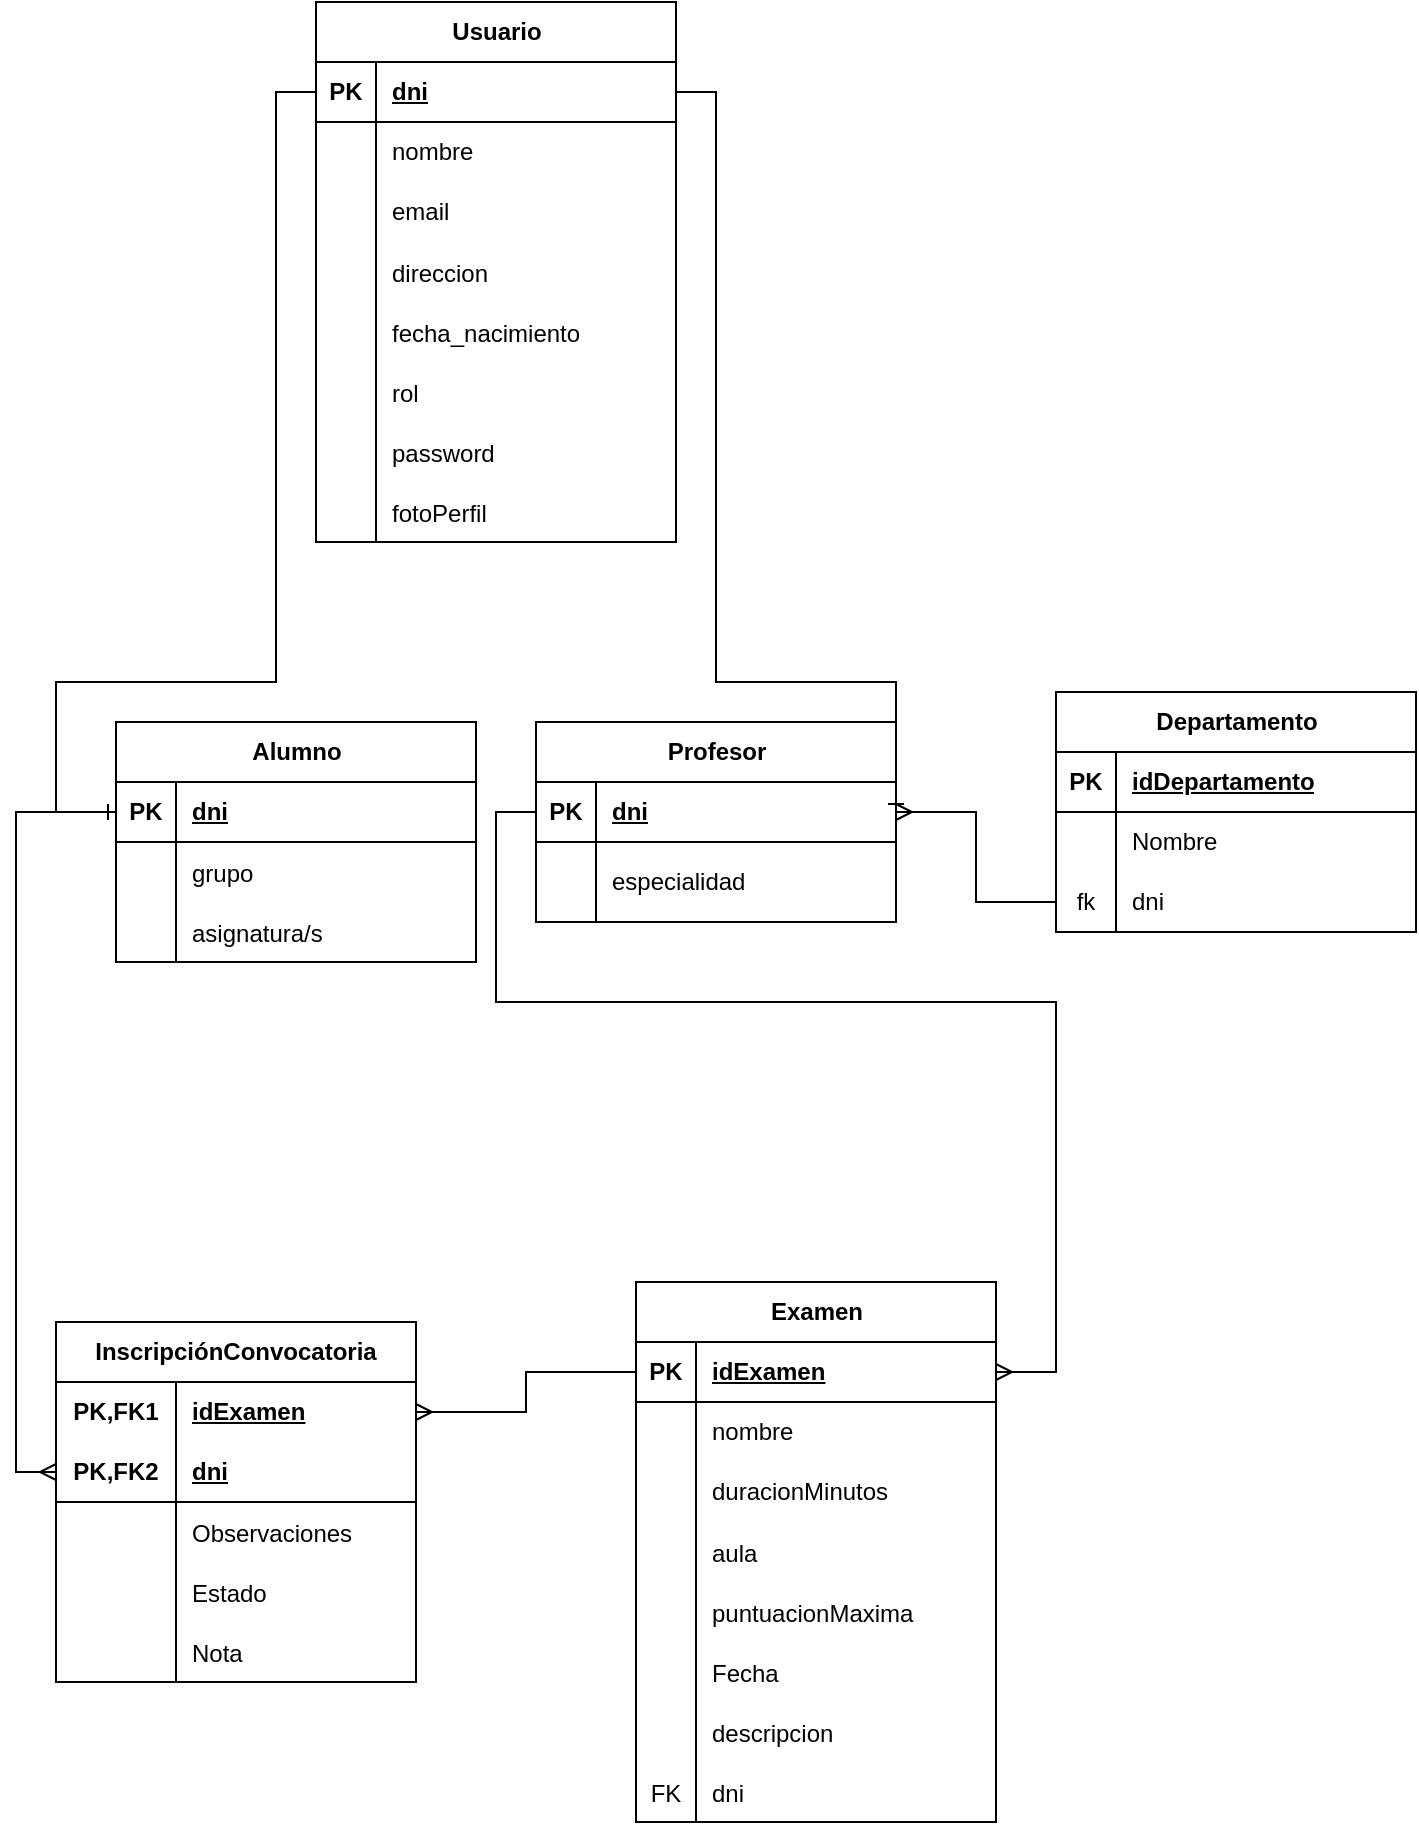
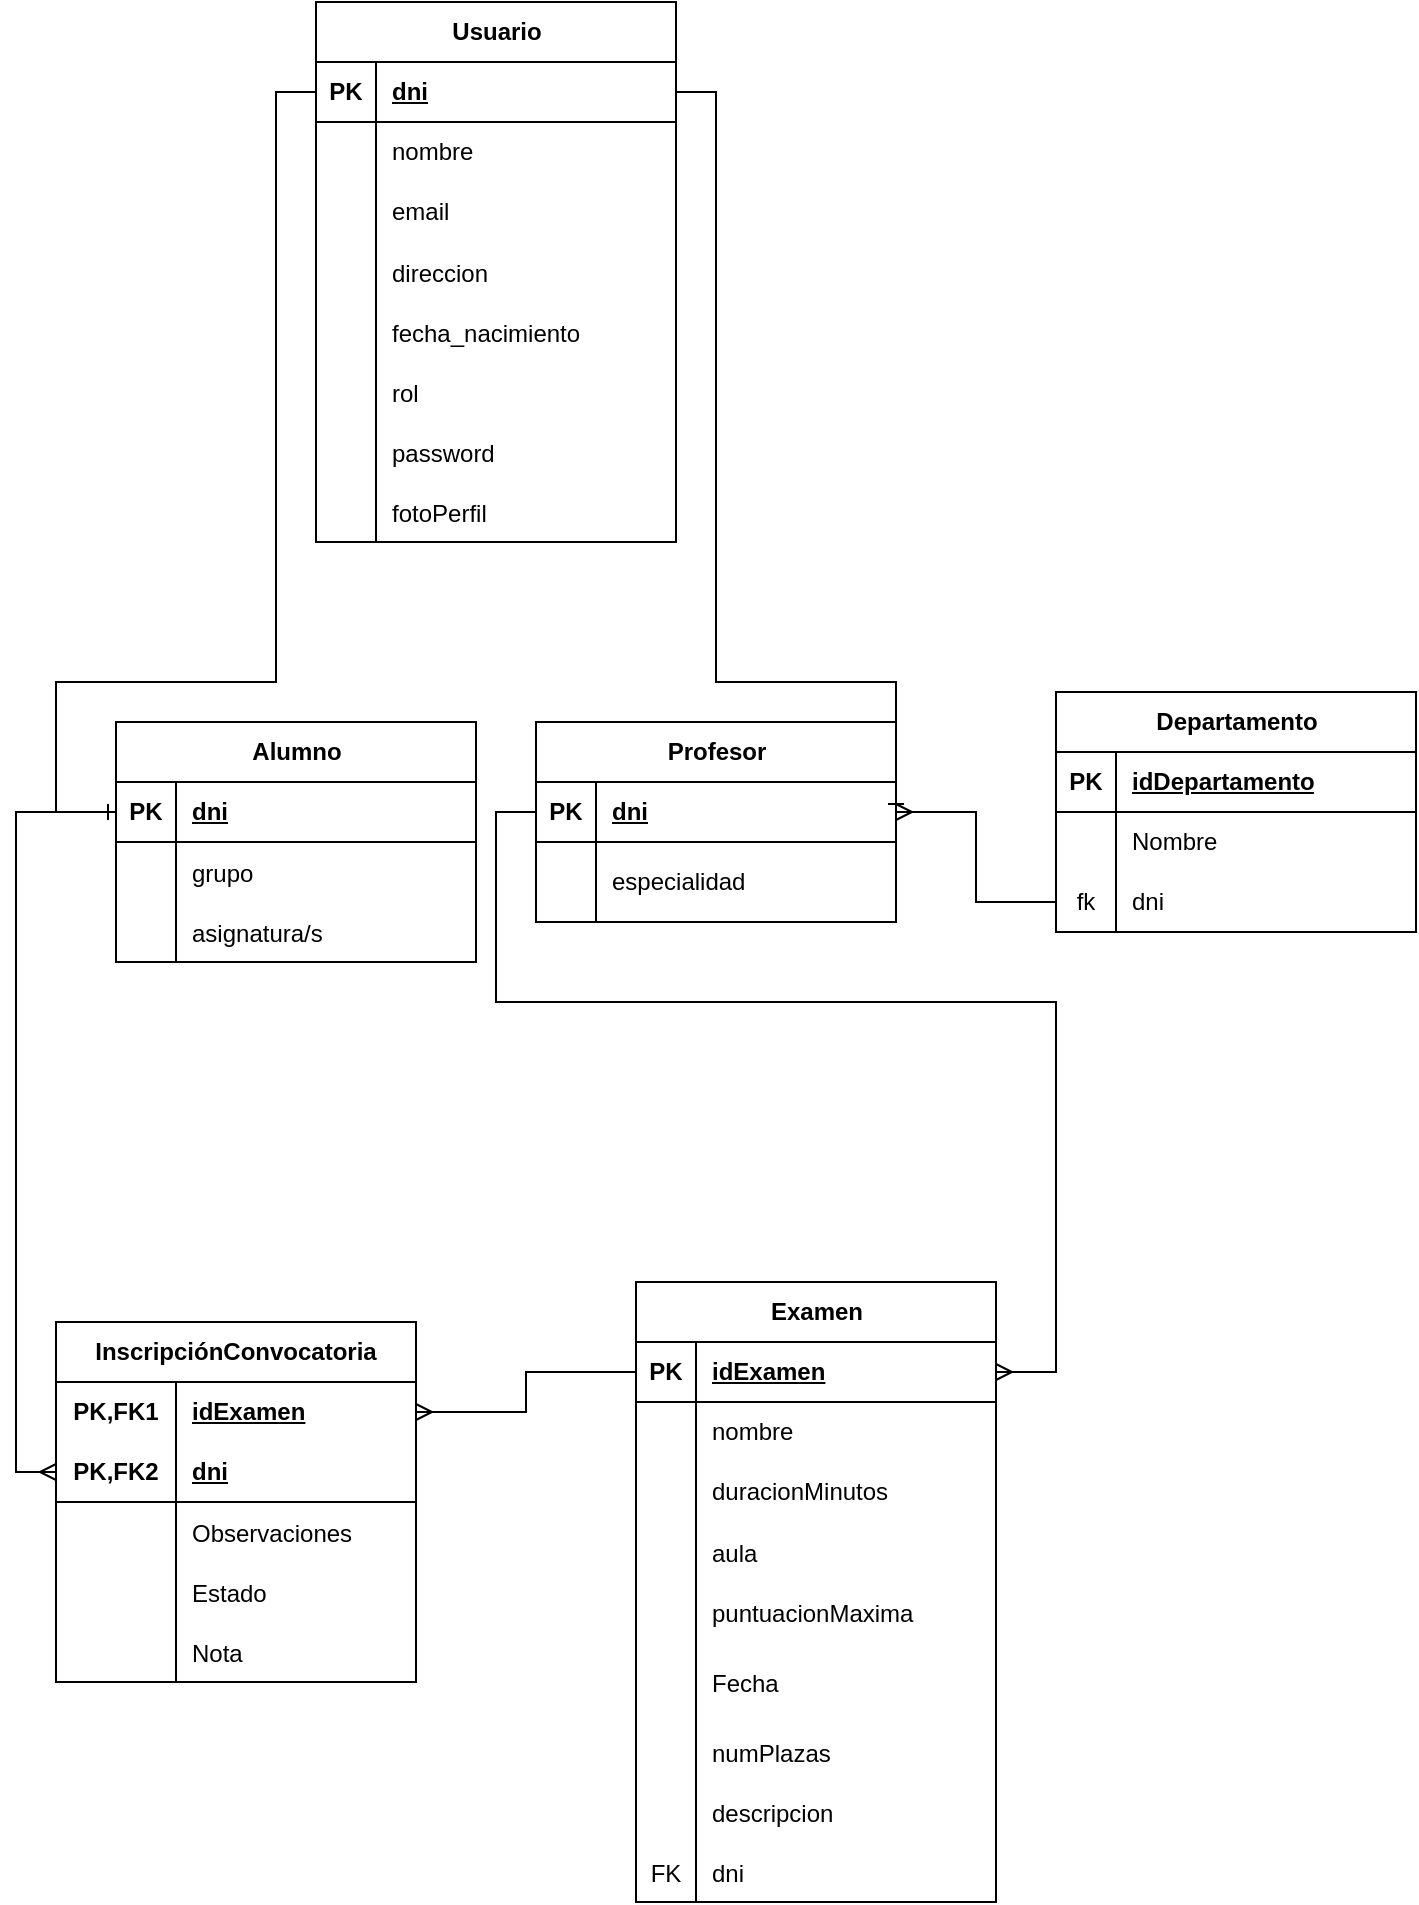
<mxfile host="Electron" agent="Mozilla/5.0 (Windows NT 10.0; Win64; x64) AppleWebKit/537.36 (KHTML, like Gecko) draw.io/29.6.6 Chrome/144.0.7559.236 Electron/40.8.4 Safari/537.36" version="29.6.6">
  <diagram name="Page-1" id="dYO-ddt7ie_Nl0yzLC1a">
    <mxGraphModel dx="1901" dy="1177" grid="1" gridSize="10" guides="1" tooltips="1" connect="1" arrows="1" fold="1" page="1" pageScale="1" pageWidth="2000" pageHeight="2000" math="0" shadow="0">
      <root>
        <mxCell id="0" />
        <mxCell id="1" parent="0" />
        <mxCell id="7ocu6WVE3d1pCKjjpxMC-1" parent="1" style="shape=table;startSize=30;container=1;collapsible=1;childLayout=tableLayout;fixedRows=1;rowLines=0;fontStyle=1;align=center;resizeLast=1;html=1;" value="Examen" vertex="1">
-           <mxGeometry height="270" width="180" x="890" y="740" as="geometry" />
+           <mxGeometry height="310" width="180" x="890" y="740" as="geometry" />
        </mxCell>
        <mxCell id="7ocu6WVE3d1pCKjjpxMC-2" parent="7ocu6WVE3d1pCKjjpxMC-1" style="shape=tableRow;horizontal=0;startSize=0;swimlaneHead=0;swimlaneBody=0;fillColor=none;collapsible=0;dropTarget=0;points=[[0,0.5],[1,0.5]];portConstraint=eastwest;top=0;left=0;right=0;bottom=1;" value="" vertex="1">
          <mxGeometry height="30" width="180" y="30" as="geometry" />
        </mxCell>
        <mxCell id="7ocu6WVE3d1pCKjjpxMC-3" parent="7ocu6WVE3d1pCKjjpxMC-2" style="shape=partialRectangle;connectable=0;fillColor=none;top=0;left=0;bottom=0;right=0;fontStyle=1;overflow=hidden;whiteSpace=wrap;html=1;" value="PK" vertex="1">
          <mxGeometry height="30" width="30" as="geometry">
            <mxRectangle height="30" width="30" as="alternateBounds" />
          </mxGeometry>
        </mxCell>
        <mxCell id="7ocu6WVE3d1pCKjjpxMC-4" parent="7ocu6WVE3d1pCKjjpxMC-2" style="shape=partialRectangle;connectable=0;fillColor=none;top=0;left=0;bottom=0;right=0;align=left;spacingLeft=6;fontStyle=5;overflow=hidden;whiteSpace=wrap;html=1;" value="idExamen" vertex="1">
          <mxGeometry height="30" width="150" x="30" as="geometry">
            <mxRectangle height="30" width="150" as="alternateBounds" />
          </mxGeometry>
        </mxCell>
        <mxCell id="7ocu6WVE3d1pCKjjpxMC-5" parent="7ocu6WVE3d1pCKjjpxMC-1" style="shape=tableRow;horizontal=0;startSize=0;swimlaneHead=0;swimlaneBody=0;fillColor=none;collapsible=0;dropTarget=0;points=[[0,0.5],[1,0.5]];portConstraint=eastwest;top=0;left=0;right=0;bottom=0;" value="" vertex="1">
          <mxGeometry height="30" width="180" y="60" as="geometry" />
        </mxCell>
        <mxCell id="7ocu6WVE3d1pCKjjpxMC-6" parent="7ocu6WVE3d1pCKjjpxMC-5" style="shape=partialRectangle;connectable=0;fillColor=none;top=0;left=0;bottom=0;right=0;editable=1;overflow=hidden;whiteSpace=wrap;html=1;" value="" vertex="1">
          <mxGeometry height="30" width="30" as="geometry">
            <mxRectangle height="30" width="30" as="alternateBounds" />
          </mxGeometry>
        </mxCell>
        <mxCell id="7ocu6WVE3d1pCKjjpxMC-7" parent="7ocu6WVE3d1pCKjjpxMC-5" style="shape=partialRectangle;connectable=0;fillColor=none;top=0;left=0;bottom=0;right=0;align=left;spacingLeft=6;overflow=hidden;whiteSpace=wrap;html=1;" value="nombre" vertex="1">
          <mxGeometry height="30" width="150" x="30" as="geometry">
            <mxRectangle height="30" width="150" as="alternateBounds" />
          </mxGeometry>
        </mxCell>
        <mxCell id="7ocu6WVE3d1pCKjjpxMC-11" parent="7ocu6WVE3d1pCKjjpxMC-1" style="shape=tableRow;horizontal=0;startSize=0;swimlaneHead=0;swimlaneBody=0;fillColor=none;collapsible=0;dropTarget=0;points=[[0,0.5],[1,0.5]];portConstraint=eastwest;top=0;left=0;right=0;bottom=0;" value="" vertex="1">
          <mxGeometry height="30" width="180" y="90" as="geometry" />
        </mxCell>
        <mxCell id="7ocu6WVE3d1pCKjjpxMC-12" parent="7ocu6WVE3d1pCKjjpxMC-11" style="shape=partialRectangle;connectable=0;fillColor=none;top=0;left=0;bottom=0;right=0;editable=1;overflow=hidden;whiteSpace=wrap;html=1;" value="" vertex="1">
          <mxGeometry height="30" width="30" as="geometry">
            <mxRectangle height="30" width="30" as="alternateBounds" />
          </mxGeometry>
        </mxCell>
        <mxCell id="7ocu6WVE3d1pCKjjpxMC-13" parent="7ocu6WVE3d1pCKjjpxMC-11" style="shape=partialRectangle;connectable=0;fillColor=none;top=0;left=0;bottom=0;right=0;align=left;spacingLeft=6;overflow=hidden;whiteSpace=wrap;html=1;" value="duracionMinutos" vertex="1">
          <mxGeometry height="30" width="150" x="30" as="geometry">
            <mxRectangle height="30" width="150" as="alternateBounds" />
          </mxGeometry>
        </mxCell>
        <mxCell id="uvC4rZMTxU2wUTEsViZM-7" parent="7ocu6WVE3d1pCKjjpxMC-1" style="shape=tableRow;horizontal=0;startSize=0;swimlaneHead=0;swimlaneBody=0;fillColor=none;collapsible=0;dropTarget=0;points=[[0,0.5],[1,0.5]];portConstraint=eastwest;top=0;left=0;right=0;bottom=0;" value="" vertex="1">
          <mxGeometry height="30" width="180" y="120" as="geometry" />
        </mxCell>
        <mxCell id="uvC4rZMTxU2wUTEsViZM-8" parent="uvC4rZMTxU2wUTEsViZM-7" style="shape=partialRectangle;connectable=0;fillColor=none;top=0;left=0;bottom=0;right=0;editable=1;overflow=hidden;" value="" vertex="1">
          <mxGeometry height="30" width="30" as="geometry">
            <mxRectangle height="30" width="30" as="alternateBounds" />
          </mxGeometry>
        </mxCell>
        <mxCell id="uvC4rZMTxU2wUTEsViZM-9" parent="uvC4rZMTxU2wUTEsViZM-7" style="shape=partialRectangle;connectable=0;fillColor=none;top=0;left=0;bottom=0;right=0;align=left;spacingLeft=6;overflow=hidden;" value="aula" vertex="1">
          <mxGeometry height="30" width="150" x="30" as="geometry">
            <mxRectangle height="30" width="150" as="alternateBounds" />
          </mxGeometry>
        </mxCell>
        <mxCell id="7ocu6WVE3d1pCKjjpxMC-14" parent="7ocu6WVE3d1pCKjjpxMC-1" style="shape=tableRow;horizontal=0;startSize=0;swimlaneHead=0;swimlaneBody=0;fillColor=none;collapsible=0;dropTarget=0;points=[[0,0.5],[1,0.5]];portConstraint=eastwest;top=0;left=0;right=0;bottom=0;" value="" vertex="1">
          <mxGeometry height="30" width="180" y="150" as="geometry" />
        </mxCell>
        <mxCell id="7ocu6WVE3d1pCKjjpxMC-15" parent="7ocu6WVE3d1pCKjjpxMC-14" style="shape=partialRectangle;connectable=0;fillColor=none;top=0;left=0;bottom=0;right=0;editable=1;overflow=hidden;" value="" vertex="1">
          <mxGeometry height="30" width="30" as="geometry">
            <mxRectangle height="30" width="30" as="alternateBounds" />
          </mxGeometry>
        </mxCell>
        <mxCell id="7ocu6WVE3d1pCKjjpxMC-16" parent="7ocu6WVE3d1pCKjjpxMC-14" style="shape=partialRectangle;connectable=0;fillColor=none;top=0;left=0;bottom=0;right=0;align=left;spacingLeft=6;overflow=hidden;" value="puntuacionMaxima" vertex="1">
          <mxGeometry height="30" width="150" x="30" as="geometry">
            <mxRectangle height="30" width="150" as="alternateBounds" />
          </mxGeometry>
        </mxCell>
        <mxCell id="7ocu6WVE3d1pCKjjpxMC-17" parent="7ocu6WVE3d1pCKjjpxMC-1" style="shape=tableRow;horizontal=0;startSize=0;swimlaneHead=0;swimlaneBody=0;fillColor=none;collapsible=0;dropTarget=0;points=[[0,0.5],[1,0.5]];portConstraint=eastwest;top=0;left=0;right=0;bottom=0;" value="" vertex="1">
-           <mxGeometry height="30" width="180" y="180" as="geometry" />
+           <mxGeometry height="40" width="180" y="180" as="geometry" />
        </mxCell>
        <mxCell id="7ocu6WVE3d1pCKjjpxMC-18" parent="7ocu6WVE3d1pCKjjpxMC-17" style="shape=partialRectangle;connectable=0;fillColor=none;top=0;left=0;bottom=0;right=0;editable=1;overflow=hidden;" value="" vertex="1">
-           <mxGeometry height="30" width="30" as="geometry">
-             <mxRectangle height="30" width="30" as="alternateBounds" />
+           <mxGeometry height="40" width="30" as="geometry">
+             <mxRectangle height="40" width="30" as="alternateBounds" />
          </mxGeometry>
        </mxCell>
        <mxCell id="7ocu6WVE3d1pCKjjpxMC-19" parent="7ocu6WVE3d1pCKjjpxMC-17" style="shape=partialRectangle;connectable=0;fillColor=none;top=0;left=0;bottom=0;right=0;align=left;spacingLeft=6;overflow=hidden;" value="Fecha" vertex="1">
+           <mxGeometry height="40" width="150" x="30" as="geometry">
+             <mxRectangle height="40" width="150" as="alternateBounds" />
+           </mxGeometry>
+         </mxCell>
+         <mxCell id="uvC4rZMTxU2wUTEsViZM-15" parent="7ocu6WVE3d1pCKjjpxMC-1" style="shape=tableRow;horizontal=0;startSize=0;swimlaneHead=0;swimlaneBody=0;fillColor=none;collapsible=0;dropTarget=0;points=[[0,0.5],[1,0.5]];portConstraint=eastwest;top=0;left=0;right=0;bottom=0;" value="" vertex="1">
+           <mxGeometry height="30" width="180" y="220" as="geometry" />
+         </mxCell>
+         <mxCell id="uvC4rZMTxU2wUTEsViZM-16" parent="uvC4rZMTxU2wUTEsViZM-15" style="shape=partialRectangle;connectable=0;fillColor=none;top=0;left=0;bottom=0;right=0;editable=1;overflow=hidden;" value="" vertex="1">
+           <mxGeometry height="30" width="30" as="geometry">
+             <mxRectangle height="30" width="30" as="alternateBounds" />
+           </mxGeometry>
+         </mxCell>
+         <mxCell id="uvC4rZMTxU2wUTEsViZM-17" parent="uvC4rZMTxU2wUTEsViZM-15" style="shape=partialRectangle;connectable=0;fillColor=none;top=0;left=0;bottom=0;right=0;align=left;spacingLeft=6;overflow=hidden;" value="numPlazas" vertex="1">
          <mxGeometry height="30" width="150" x="30" as="geometry">
            <mxRectangle height="30" width="150" as="alternateBounds" />
          </mxGeometry>
        </mxCell>
        <mxCell id="4-CCKCk8GXyzabbzSnG_-1" parent="7ocu6WVE3d1pCKjjpxMC-1" style="shape=tableRow;horizontal=0;startSize=0;swimlaneHead=0;swimlaneBody=0;fillColor=none;collapsible=0;dropTarget=0;points=[[0,0.5],[1,0.5]];portConstraint=eastwest;top=0;left=0;right=0;bottom=0;" value="" vertex="1">
-           <mxGeometry height="30" width="180" y="210" as="geometry" />
+           <mxGeometry height="30" width="180" y="250" as="geometry" />
        </mxCell>
        <mxCell id="4-CCKCk8GXyzabbzSnG_-2" parent="4-CCKCk8GXyzabbzSnG_-1" style="shape=partialRectangle;connectable=0;fillColor=none;top=0;left=0;bottom=0;right=0;editable=1;overflow=hidden;" value="" vertex="1">
          <mxGeometry height="30" width="30" as="geometry">
            <mxRectangle height="30" width="30" as="alternateBounds" />
          </mxGeometry>
        </mxCell>
        <mxCell id="4-CCKCk8GXyzabbzSnG_-3" parent="4-CCKCk8GXyzabbzSnG_-1" style="shape=partialRectangle;connectable=0;fillColor=none;top=0;left=0;bottom=0;right=0;align=left;spacingLeft=6;overflow=hidden;" value="descripcion" vertex="1">
          <mxGeometry height="30" width="150" x="30" as="geometry">
            <mxRectangle height="30" width="150" as="alternateBounds" />
          </mxGeometry>
        </mxCell>
        <mxCell id="7ocu6WVE3d1pCKjjpxMC-95" parent="7ocu6WVE3d1pCKjjpxMC-1" style="shape=tableRow;horizontal=0;startSize=0;swimlaneHead=0;swimlaneBody=0;fillColor=none;collapsible=0;dropTarget=0;points=[[0,0.5],[1,0.5]];portConstraint=eastwest;top=0;left=0;right=0;bottom=0;" value="" vertex="1">
-           <mxGeometry height="30" width="180" y="240" as="geometry" />
+           <mxGeometry height="30" width="180" y="280" as="geometry" />
        </mxCell>
        <mxCell id="7ocu6WVE3d1pCKjjpxMC-96" parent="7ocu6WVE3d1pCKjjpxMC-95" style="shape=partialRectangle;connectable=0;fillColor=none;top=0;left=0;bottom=0;right=0;editable=1;overflow=hidden;" value="FK" vertex="1">
          <mxGeometry height="30" width="30" as="geometry">
            <mxRectangle height="30" width="30" as="alternateBounds" />
          </mxGeometry>
        </mxCell>
        <mxCell id="7ocu6WVE3d1pCKjjpxMC-97" parent="7ocu6WVE3d1pCKjjpxMC-95" style="shape=partialRectangle;connectable=0;fillColor=none;top=0;left=0;bottom=0;right=0;align=left;spacingLeft=6;overflow=hidden;" value="dni" vertex="1">
          <mxGeometry height="30" width="150" x="30" as="geometry">
            <mxRectangle height="30" width="150" as="alternateBounds" />
          </mxGeometry>
        </mxCell>
        <mxCell id="7ocu6WVE3d1pCKjjpxMC-23" parent="1" style="shape=table;startSize=30;container=1;collapsible=1;childLayout=tableLayout;fixedRows=1;rowLines=0;fontStyle=1;align=center;resizeLast=1;html=1;" value="Alumno" vertex="1">
          <mxGeometry height="120" width="180" x="630" y="460" as="geometry" />
        </mxCell>
        <mxCell id="7ocu6WVE3d1pCKjjpxMC-24" parent="7ocu6WVE3d1pCKjjpxMC-23" style="shape=tableRow;horizontal=0;startSize=0;swimlaneHead=0;swimlaneBody=0;fillColor=none;collapsible=0;dropTarget=0;points=[[0,0.5],[1,0.5]];portConstraint=eastwest;top=0;left=0;right=0;bottom=1;" value="" vertex="1">
          <mxGeometry height="30" width="180" y="30" as="geometry" />
        </mxCell>
        <mxCell id="7ocu6WVE3d1pCKjjpxMC-25" parent="7ocu6WVE3d1pCKjjpxMC-24" style="shape=partialRectangle;connectable=0;fillColor=none;top=0;left=0;bottom=0;right=0;fontStyle=1;overflow=hidden;whiteSpace=wrap;html=1;" value="PK" vertex="1">
          <mxGeometry height="30" width="30" as="geometry">
            <mxRectangle height="30" width="30" as="alternateBounds" />
          </mxGeometry>
        </mxCell>
        <mxCell id="7ocu6WVE3d1pCKjjpxMC-26" parent="7ocu6WVE3d1pCKjjpxMC-24" style="shape=partialRectangle;connectable=0;fillColor=none;top=0;left=0;bottom=0;right=0;align=left;spacingLeft=6;fontStyle=5;overflow=hidden;whiteSpace=wrap;html=1;" value="dni" vertex="1">
          <mxGeometry height="30" width="150" x="30" as="geometry">
            <mxRectangle height="30" width="150" as="alternateBounds" />
          </mxGeometry>
        </mxCell>
        <mxCell id="7ocu6WVE3d1pCKjjpxMC-36" parent="7ocu6WVE3d1pCKjjpxMC-23" style="shape=tableRow;horizontal=0;startSize=0;swimlaneHead=0;swimlaneBody=0;fillColor=none;collapsible=0;dropTarget=0;points=[[0,0.5],[1,0.5]];portConstraint=eastwest;top=0;left=0;right=0;bottom=0;" value="" vertex="1">
          <mxGeometry height="30" width="180" y="60" as="geometry" />
        </mxCell>
        <mxCell id="7ocu6WVE3d1pCKjjpxMC-37" parent="7ocu6WVE3d1pCKjjpxMC-36" style="shape=partialRectangle;connectable=0;fillColor=none;top=0;left=0;bottom=0;right=0;editable=1;overflow=hidden;" value="" vertex="1">
          <mxGeometry height="30" width="30" as="geometry">
            <mxRectangle height="30" width="30" as="alternateBounds" />
          </mxGeometry>
        </mxCell>
        <mxCell id="7ocu6WVE3d1pCKjjpxMC-38" parent="7ocu6WVE3d1pCKjjpxMC-36" style="shape=partialRectangle;connectable=0;fillColor=none;top=0;left=0;bottom=0;right=0;align=left;spacingLeft=6;overflow=hidden;" value="grupo" vertex="1">
          <mxGeometry height="30" width="150" x="30" as="geometry">
            <mxRectangle height="30" width="150" as="alternateBounds" />
          </mxGeometry>
        </mxCell>
        <mxCell id="0DknFnAyPK1vhAunHpRt-1" parent="7ocu6WVE3d1pCKjjpxMC-23" style="shape=tableRow;horizontal=0;startSize=0;swimlaneHead=0;swimlaneBody=0;fillColor=none;collapsible=0;dropTarget=0;points=[[0,0.5],[1,0.5]];portConstraint=eastwest;top=0;left=0;right=0;bottom=0;" value="" vertex="1">
          <mxGeometry height="30" width="180" y="90" as="geometry" />
        </mxCell>
        <mxCell id="0DknFnAyPK1vhAunHpRt-2" parent="0DknFnAyPK1vhAunHpRt-1" style="shape=partialRectangle;connectable=0;fillColor=none;top=0;left=0;bottom=0;right=0;editable=1;overflow=hidden;" value="" vertex="1">
          <mxGeometry height="30" width="30" as="geometry">
            <mxRectangle height="30" width="30" as="alternateBounds" />
          </mxGeometry>
        </mxCell>
        <mxCell id="0DknFnAyPK1vhAunHpRt-3" parent="0DknFnAyPK1vhAunHpRt-1" style="shape=partialRectangle;connectable=0;fillColor=none;top=0;left=0;bottom=0;right=0;align=left;spacingLeft=6;overflow=hidden;" value="asignatura/s" vertex="1">
          <mxGeometry height="30" width="150" x="30" as="geometry">
            <mxRectangle height="30" width="150" as="alternateBounds" />
          </mxGeometry>
        </mxCell>
        <mxCell id="7ocu6WVE3d1pCKjjpxMC-39" parent="1" style="shape=table;startSize=30;container=1;collapsible=1;childLayout=tableLayout;fixedRows=1;rowLines=0;fontStyle=1;align=center;resizeLast=1;html=1;" value="Profesor" vertex="1">
          <mxGeometry height="100" width="180" x="840" y="460" as="geometry" />
        </mxCell>
        <mxCell id="7ocu6WVE3d1pCKjjpxMC-40" parent="7ocu6WVE3d1pCKjjpxMC-39" style="shape=tableRow;horizontal=0;startSize=0;swimlaneHead=0;swimlaneBody=0;fillColor=none;collapsible=0;dropTarget=0;points=[[0,0.5],[1,0.5]];portConstraint=eastwest;top=0;left=0;right=0;bottom=1;" value="" vertex="1">
          <mxGeometry height="30" width="180" y="30" as="geometry" />
        </mxCell>
        <mxCell id="7ocu6WVE3d1pCKjjpxMC-41" parent="7ocu6WVE3d1pCKjjpxMC-40" style="shape=partialRectangle;connectable=0;fillColor=none;top=0;left=0;bottom=0;right=0;fontStyle=1;overflow=hidden;whiteSpace=wrap;html=1;" value="PK" vertex="1">
          <mxGeometry height="30" width="30" as="geometry">
            <mxRectangle height="30" width="30" as="alternateBounds" />
          </mxGeometry>
        </mxCell>
        <mxCell id="7ocu6WVE3d1pCKjjpxMC-42" parent="7ocu6WVE3d1pCKjjpxMC-40" style="shape=partialRectangle;connectable=0;fillColor=none;top=0;left=0;bottom=0;right=0;align=left;spacingLeft=6;fontStyle=5;overflow=hidden;whiteSpace=wrap;html=1;" value="dni" vertex="1">
          <mxGeometry height="30" width="150" x="30" as="geometry">
            <mxRectangle height="30" width="150" as="alternateBounds" />
          </mxGeometry>
        </mxCell>
        <mxCell id="7ocu6WVE3d1pCKjjpxMC-46" parent="7ocu6WVE3d1pCKjjpxMC-39" style="shape=tableRow;horizontal=0;startSize=0;swimlaneHead=0;swimlaneBody=0;fillColor=none;collapsible=0;dropTarget=0;points=[[0,0.5],[1,0.5]];portConstraint=eastwest;top=0;left=0;right=0;bottom=0;" value="" vertex="1">
          <mxGeometry height="40" width="180" y="60" as="geometry" />
        </mxCell>
        <mxCell id="7ocu6WVE3d1pCKjjpxMC-47" parent="7ocu6WVE3d1pCKjjpxMC-46" style="shape=partialRectangle;connectable=0;fillColor=none;top=0;left=0;bottom=0;right=0;editable=1;overflow=hidden;whiteSpace=wrap;html=1;" value="" vertex="1">
          <mxGeometry height="40" width="30" as="geometry">
            <mxRectangle height="40" width="30" as="alternateBounds" />
          </mxGeometry>
        </mxCell>
        <mxCell id="7ocu6WVE3d1pCKjjpxMC-48" parent="7ocu6WVE3d1pCKjjpxMC-46" style="shape=partialRectangle;connectable=0;fillColor=none;top=0;left=0;bottom=0;right=0;align=left;spacingLeft=6;overflow=hidden;whiteSpace=wrap;html=1;" value="especialidad" vertex="1">
          <mxGeometry height="40" width="150" x="30" as="geometry">
            <mxRectangle height="40" width="150" as="alternateBounds" />
          </mxGeometry>
        </mxCell>
        <mxCell id="7ocu6WVE3d1pCKjjpxMC-52" parent="1" style="shape=table;startSize=30;container=1;collapsible=1;childLayout=tableLayout;fixedRows=1;rowLines=0;fontStyle=1;align=center;resizeLast=1;html=1;" value="Usuario" vertex="1">
          <mxGeometry height="270" width="180" x="730" y="100" as="geometry" />
        </mxCell>
        <mxCell id="7ocu6WVE3d1pCKjjpxMC-53" parent="7ocu6WVE3d1pCKjjpxMC-52" style="shape=tableRow;horizontal=0;startSize=0;swimlaneHead=0;swimlaneBody=0;fillColor=none;collapsible=0;dropTarget=0;points=[[0,0.5],[1,0.5]];portConstraint=eastwest;top=0;left=0;right=0;bottom=1;" value="" vertex="1">
          <mxGeometry height="30" width="180" y="30" as="geometry" />
        </mxCell>
        <mxCell id="7ocu6WVE3d1pCKjjpxMC-54" parent="7ocu6WVE3d1pCKjjpxMC-53" style="shape=partialRectangle;connectable=0;fillColor=none;top=0;left=0;bottom=0;right=0;fontStyle=1;overflow=hidden;whiteSpace=wrap;html=1;" value="PK" vertex="1">
          <mxGeometry height="30" width="30" as="geometry">
            <mxRectangle height="30" width="30" as="alternateBounds" />
          </mxGeometry>
        </mxCell>
        <mxCell id="7ocu6WVE3d1pCKjjpxMC-55" parent="7ocu6WVE3d1pCKjjpxMC-53" style="shape=partialRectangle;connectable=0;fillColor=none;top=0;left=0;bottom=0;right=0;align=left;spacingLeft=6;fontStyle=5;overflow=hidden;whiteSpace=wrap;html=1;" value="dni" vertex="1">
          <mxGeometry height="30" width="150" x="30" as="geometry">
            <mxRectangle height="30" width="150" as="alternateBounds" />
          </mxGeometry>
        </mxCell>
        <mxCell id="7ocu6WVE3d1pCKjjpxMC-56" parent="7ocu6WVE3d1pCKjjpxMC-52" style="shape=tableRow;horizontal=0;startSize=0;swimlaneHead=0;swimlaneBody=0;fillColor=none;collapsible=0;dropTarget=0;points=[[0,0.5],[1,0.5]];portConstraint=eastwest;top=0;left=0;right=0;bottom=0;" value="" vertex="1">
          <mxGeometry height="30" width="180" y="60" as="geometry" />
        </mxCell>
        <mxCell id="7ocu6WVE3d1pCKjjpxMC-57" parent="7ocu6WVE3d1pCKjjpxMC-56" style="shape=partialRectangle;connectable=0;fillColor=none;top=0;left=0;bottom=0;right=0;editable=1;overflow=hidden;whiteSpace=wrap;html=1;" value="" vertex="1">
          <mxGeometry height="30" width="30" as="geometry">
            <mxRectangle height="30" width="30" as="alternateBounds" />
          </mxGeometry>
        </mxCell>
        <mxCell id="7ocu6WVE3d1pCKjjpxMC-58" parent="7ocu6WVE3d1pCKjjpxMC-56" style="shape=partialRectangle;connectable=0;fillColor=none;top=0;left=0;bottom=0;right=0;align=left;spacingLeft=6;overflow=hidden;whiteSpace=wrap;html=1;" value="nombre" vertex="1">
          <mxGeometry height="30" width="150" x="30" as="geometry">
            <mxRectangle height="30" width="150" as="alternateBounds" />
          </mxGeometry>
        </mxCell>
        <mxCell id="7ocu6WVE3d1pCKjjpxMC-59" parent="7ocu6WVE3d1pCKjjpxMC-52" style="shape=tableRow;horizontal=0;startSize=0;swimlaneHead=0;swimlaneBody=0;fillColor=none;collapsible=0;dropTarget=0;points=[[0,0.5],[1,0.5]];portConstraint=eastwest;top=0;left=0;right=0;bottom=0;" value="" vertex="1">
          <mxGeometry height="30" width="180" y="90" as="geometry" />
        </mxCell>
        <mxCell id="7ocu6WVE3d1pCKjjpxMC-60" parent="7ocu6WVE3d1pCKjjpxMC-59" style="shape=partialRectangle;connectable=0;fillColor=none;top=0;left=0;bottom=0;right=0;editable=1;overflow=hidden;whiteSpace=wrap;html=1;" value="" vertex="1">
          <mxGeometry height="30" width="30" as="geometry">
            <mxRectangle height="30" width="30" as="alternateBounds" />
          </mxGeometry>
        </mxCell>
        <mxCell id="7ocu6WVE3d1pCKjjpxMC-61" parent="7ocu6WVE3d1pCKjjpxMC-59" style="shape=partialRectangle;connectable=0;fillColor=none;top=0;left=0;bottom=0;right=0;align=left;spacingLeft=6;overflow=hidden;whiteSpace=wrap;html=1;" value="email" vertex="1">
          <mxGeometry height="30" width="150" x="30" as="geometry">
            <mxRectangle height="30" width="150" as="alternateBounds" />
          </mxGeometry>
        </mxCell>
        <mxCell id="7ocu6WVE3d1pCKjjpxMC-138" parent="7ocu6WVE3d1pCKjjpxMC-52" style="shape=tableRow;horizontal=0;startSize=0;swimlaneHead=0;swimlaneBody=0;fillColor=none;collapsible=0;dropTarget=0;points=[[0,0.5],[1,0.5]];portConstraint=eastwest;top=0;left=0;right=0;bottom=0;" value="" vertex="1">
          <mxGeometry height="30" width="180" y="120" as="geometry" />
        </mxCell>
        <mxCell id="7ocu6WVE3d1pCKjjpxMC-139" parent="7ocu6WVE3d1pCKjjpxMC-138" style="shape=partialRectangle;connectable=0;fillColor=none;top=0;left=0;bottom=0;right=0;editable=1;overflow=hidden;" value="" vertex="1">
          <mxGeometry height="30" width="30" as="geometry">
            <mxRectangle height="30" width="30" as="alternateBounds" />
          </mxGeometry>
        </mxCell>
        <mxCell id="7ocu6WVE3d1pCKjjpxMC-140" parent="7ocu6WVE3d1pCKjjpxMC-138" style="shape=partialRectangle;connectable=0;fillColor=none;top=0;left=0;bottom=0;right=0;align=left;spacingLeft=6;overflow=hidden;" value="direccion" vertex="1">
          <mxGeometry height="30" width="150" x="30" as="geometry">
            <mxRectangle height="30" width="150" as="alternateBounds" />
          </mxGeometry>
        </mxCell>
        <mxCell id="7ocu6WVE3d1pCKjjpxMC-104" parent="7ocu6WVE3d1pCKjjpxMC-52" style="shape=tableRow;horizontal=0;startSize=0;swimlaneHead=0;swimlaneBody=0;fillColor=none;collapsible=0;dropTarget=0;points=[[0,0.5],[1,0.5]];portConstraint=eastwest;top=0;left=0;right=0;bottom=0;" value="" vertex="1">
          <mxGeometry height="30" width="180" y="150" as="geometry" />
        </mxCell>
        <mxCell id="7ocu6WVE3d1pCKjjpxMC-105" parent="7ocu6WVE3d1pCKjjpxMC-104" style="shape=partialRectangle;connectable=0;fillColor=none;top=0;left=0;bottom=0;right=0;editable=1;overflow=hidden;" value="" vertex="1">
          <mxGeometry height="30" width="30" as="geometry">
            <mxRectangle height="30" width="30" as="alternateBounds" />
          </mxGeometry>
        </mxCell>
        <mxCell id="7ocu6WVE3d1pCKjjpxMC-106" parent="7ocu6WVE3d1pCKjjpxMC-104" style="shape=partialRectangle;connectable=0;fillColor=none;top=0;left=0;bottom=0;right=0;align=left;spacingLeft=6;overflow=hidden;" value="fecha_nacimiento" vertex="1">
          <mxGeometry height="30" width="150" x="30" as="geometry">
            <mxRectangle height="30" width="150" as="alternateBounds" />
          </mxGeometry>
        </mxCell>
        <mxCell id="7ocu6WVE3d1pCKjjpxMC-68" parent="7ocu6WVE3d1pCKjjpxMC-52" style="shape=tableRow;horizontal=0;startSize=0;swimlaneHead=0;swimlaneBody=0;fillColor=none;collapsible=0;dropTarget=0;points=[[0,0.5],[1,0.5]];portConstraint=eastwest;top=0;left=0;right=0;bottom=0;" value="" vertex="1">
          <mxGeometry height="30" width="180" y="180" as="geometry" />
        </mxCell>
        <mxCell id="7ocu6WVE3d1pCKjjpxMC-69" parent="7ocu6WVE3d1pCKjjpxMC-68" style="shape=partialRectangle;connectable=0;fillColor=none;top=0;left=0;bottom=0;right=0;editable=1;overflow=hidden;" value="" vertex="1">
          <mxGeometry height="30" width="30" as="geometry">
            <mxRectangle height="30" width="30" as="alternateBounds" />
          </mxGeometry>
        </mxCell>
        <mxCell id="7ocu6WVE3d1pCKjjpxMC-70" parent="7ocu6WVE3d1pCKjjpxMC-68" style="shape=partialRectangle;connectable=0;fillColor=none;top=0;left=0;bottom=0;right=0;align=left;spacingLeft=6;overflow=hidden;" value="rol" vertex="1">
          <mxGeometry height="30" width="150" x="30" as="geometry">
            <mxRectangle height="30" width="150" as="alternateBounds" />
          </mxGeometry>
        </mxCell>
        <mxCell id="25Z5QOih__v3db8tw0-Z-2" parent="7ocu6WVE3d1pCKjjpxMC-52" style="shape=tableRow;horizontal=0;startSize=0;swimlaneHead=0;swimlaneBody=0;fillColor=none;collapsible=0;dropTarget=0;points=[[0,0.5],[1,0.5]];portConstraint=eastwest;top=0;left=0;right=0;bottom=0;" value="" vertex="1">
          <mxGeometry height="30" width="180" y="210" as="geometry" />
        </mxCell>
        <mxCell id="25Z5QOih__v3db8tw0-Z-3" parent="25Z5QOih__v3db8tw0-Z-2" style="shape=partialRectangle;connectable=0;fillColor=none;top=0;left=0;bottom=0;right=0;editable=1;overflow=hidden;" value="" vertex="1">
          <mxGeometry height="30" width="30" as="geometry">
            <mxRectangle height="30" width="30" as="alternateBounds" />
          </mxGeometry>
        </mxCell>
        <mxCell id="25Z5QOih__v3db8tw0-Z-4" parent="25Z5QOih__v3db8tw0-Z-2" style="shape=partialRectangle;connectable=0;fillColor=none;top=0;left=0;bottom=0;right=0;align=left;spacingLeft=6;overflow=hidden;" value="password" vertex="1">
          <mxGeometry height="30" width="150" x="30" as="geometry">
            <mxRectangle height="30" width="150" as="alternateBounds" />
          </mxGeometry>
        </mxCell>
        <mxCell id="NgsYYJoftaudpQESqAQD-1" parent="7ocu6WVE3d1pCKjjpxMC-52" style="shape=tableRow;horizontal=0;startSize=0;swimlaneHead=0;swimlaneBody=0;fillColor=none;collapsible=0;dropTarget=0;points=[[0,0.5],[1,0.5]];portConstraint=eastwest;top=0;left=0;right=0;bottom=0;" value="" vertex="1">
          <mxGeometry height="30" width="180" y="240" as="geometry" />
        </mxCell>
        <mxCell id="NgsYYJoftaudpQESqAQD-2" parent="NgsYYJoftaudpQESqAQD-1" style="shape=partialRectangle;connectable=0;fillColor=none;top=0;left=0;bottom=0;right=0;editable=1;overflow=hidden;" value="" vertex="1">
          <mxGeometry height="30" width="30" as="geometry">
            <mxRectangle height="30" width="30" as="alternateBounds" />
          </mxGeometry>
        </mxCell>
        <mxCell id="NgsYYJoftaudpQESqAQD-3" parent="NgsYYJoftaudpQESqAQD-1" style="shape=partialRectangle;connectable=0;fillColor=none;top=0;left=0;bottom=0;right=0;align=left;spacingLeft=6;overflow=hidden;" value="fotoPerfil" vertex="1">
          <mxGeometry height="30" width="150" x="30" as="geometry">
            <mxRectangle height="30" width="150" as="alternateBounds" />
          </mxGeometry>
        </mxCell>
        <mxCell id="7ocu6WVE3d1pCKjjpxMC-66" edge="1" parent="1" source="7ocu6WVE3d1pCKjjpxMC-53" style="edgeStyle=orthogonalEdgeStyle;rounded=0;orthogonalLoop=1;jettySize=auto;html=1;exitX=0;exitY=0.5;exitDx=0;exitDy=0;entryX=0;entryY=0.5;entryDx=0;entryDy=0;endArrow=ERone;endFill=0;" target="7ocu6WVE3d1pCKjjpxMC-24">
          <mxGeometry relative="1" as="geometry">
            <Array as="points">
              <mxPoint x="710" y="145" />
              <mxPoint x="710" y="440" />
              <mxPoint x="600" y="440" />
              <mxPoint x="600" y="505" />
            </Array>
          </mxGeometry>
        </mxCell>
        <mxCell id="7ocu6WVE3d1pCKjjpxMC-67" edge="1" parent="1" source="7ocu6WVE3d1pCKjjpxMC-53" style="edgeStyle=orthogonalEdgeStyle;rounded=0;orthogonalLoop=1;jettySize=auto;html=1;exitX=1;exitY=0.5;exitDx=0;exitDy=0;entryX=1;entryY=0.5;entryDx=0;entryDy=0;endArrow=ERone;endFill=0;" target="7ocu6WVE3d1pCKjjpxMC-40">
          <mxGeometry relative="1" as="geometry">
            <Array as="points">
              <mxPoint x="930" y="145" />
              <mxPoint x="930" y="440" />
              <mxPoint x="1020" y="440" />
              <mxPoint x="1020" y="495" />
            </Array>
          </mxGeometry>
        </mxCell>
        <mxCell id="7ocu6WVE3d1pCKjjpxMC-94" edge="1" parent="1" source="7ocu6WVE3d1pCKjjpxMC-40" style="edgeStyle=orthogonalEdgeStyle;rounded=0;orthogonalLoop=1;jettySize=auto;html=1;entryX=1;entryY=0.5;entryDx=0;entryDy=0;endArrow=ERmany;endFill=0;exitX=0;exitY=0.5;exitDx=0;exitDy=0;" target="7ocu6WVE3d1pCKjjpxMC-2">
          <mxGeometry relative="1" as="geometry">
            <Array as="points">
              <mxPoint x="820" y="505" />
              <mxPoint x="820" y="600" />
              <mxPoint x="1100" y="600" />
              <mxPoint x="1100" y="785" />
            </Array>
            <mxPoint x="1050" y="580" as="sourcePoint" />
          </mxGeometry>
        </mxCell>
        <mxCell id="KuO97z0jG0dXGiFWksjj-14" parent="1" style="shape=table;startSize=30;container=1;collapsible=1;childLayout=tableLayout;fixedRows=1;rowLines=0;fontStyle=1;align=center;resizeLast=1;html=1;whiteSpace=wrap;" value="InscripciónConvocatoria" vertex="1">
          <mxGeometry height="180" width="180" x="600" y="760" as="geometry" />
        </mxCell>
        <mxCell id="KuO97z0jG0dXGiFWksjj-15" parent="KuO97z0jG0dXGiFWksjj-14" style="shape=tableRow;horizontal=0;startSize=0;swimlaneHead=0;swimlaneBody=0;fillColor=none;collapsible=0;dropTarget=0;points=[[0,0.5],[1,0.5]];portConstraint=eastwest;top=0;left=0;right=0;bottom=0;html=1;" value="" vertex="1">
          <mxGeometry height="30" width="180" y="30" as="geometry" />
        </mxCell>
        <mxCell id="KuO97z0jG0dXGiFWksjj-16" parent="KuO97z0jG0dXGiFWksjj-15" style="shape=partialRectangle;connectable=0;fillColor=none;top=0;left=0;bottom=0;right=0;fontStyle=1;overflow=hidden;html=1;whiteSpace=wrap;" value="PK,FK1" vertex="1">
          <mxGeometry height="30" width="60" as="geometry">
            <mxRectangle height="30" width="60" as="alternateBounds" />
          </mxGeometry>
        </mxCell>
        <mxCell id="KuO97z0jG0dXGiFWksjj-17" parent="KuO97z0jG0dXGiFWksjj-15" style="shape=partialRectangle;connectable=0;fillColor=none;top=0;left=0;bottom=0;right=0;align=left;spacingLeft=6;fontStyle=5;overflow=hidden;html=1;whiteSpace=wrap;" value="idExamen" vertex="1">
          <mxGeometry height="30" width="120" x="60" as="geometry">
            <mxRectangle height="30" width="120" as="alternateBounds" />
          </mxGeometry>
        </mxCell>
        <mxCell id="KuO97z0jG0dXGiFWksjj-18" parent="KuO97z0jG0dXGiFWksjj-14" style="shape=tableRow;horizontal=0;startSize=0;swimlaneHead=0;swimlaneBody=0;fillColor=none;collapsible=0;dropTarget=0;points=[[0,0.5],[1,0.5]];portConstraint=eastwest;top=0;left=0;right=0;bottom=1;html=1;" value="" vertex="1">
          <mxGeometry height="30" width="180" y="60" as="geometry" />
        </mxCell>
        <mxCell id="KuO97z0jG0dXGiFWksjj-19" parent="KuO97z0jG0dXGiFWksjj-18" style="shape=partialRectangle;connectable=0;fillColor=none;top=0;left=0;bottom=0;right=0;fontStyle=1;overflow=hidden;html=1;whiteSpace=wrap;" value="PK,FK2" vertex="1">
          <mxGeometry height="30" width="60" as="geometry">
            <mxRectangle height="30" width="60" as="alternateBounds" />
          </mxGeometry>
        </mxCell>
        <mxCell id="KuO97z0jG0dXGiFWksjj-20" parent="KuO97z0jG0dXGiFWksjj-18" style="shape=partialRectangle;connectable=0;fillColor=none;top=0;left=0;bottom=0;right=0;align=left;spacingLeft=6;fontStyle=5;overflow=hidden;html=1;whiteSpace=wrap;" value="dni" vertex="1">
          <mxGeometry height="30" width="120" x="60" as="geometry">
            <mxRectangle height="30" width="120" as="alternateBounds" />
          </mxGeometry>
        </mxCell>
        <mxCell id="uvC4rZMTxU2wUTEsViZM-1" parent="KuO97z0jG0dXGiFWksjj-14" style="shape=tableRow;horizontal=0;startSize=0;swimlaneHead=0;swimlaneBody=0;fillColor=none;collapsible=0;dropTarget=0;points=[[0,0.5],[1,0.5]];portConstraint=eastwest;top=0;left=0;right=0;bottom=0;" value="" vertex="1">
          <mxGeometry height="30" width="180" y="90" as="geometry" />
        </mxCell>
        <mxCell id="uvC4rZMTxU2wUTEsViZM-2" parent="uvC4rZMTxU2wUTEsViZM-1" style="shape=partialRectangle;connectable=0;fillColor=none;top=0;left=0;bottom=0;right=0;editable=1;overflow=hidden;" value="" vertex="1">
          <mxGeometry height="30" width="60" as="geometry">
            <mxRectangle height="30" width="60" as="alternateBounds" />
          </mxGeometry>
        </mxCell>
        <mxCell id="uvC4rZMTxU2wUTEsViZM-3" parent="uvC4rZMTxU2wUTEsViZM-1" style="shape=partialRectangle;connectable=0;fillColor=none;top=0;left=0;bottom=0;right=0;align=left;spacingLeft=6;overflow=hidden;" value="Observaciones" vertex="1">
          <mxGeometry height="30" width="120" x="60" as="geometry">
            <mxRectangle height="30" width="120" as="alternateBounds" />
          </mxGeometry>
        </mxCell>
        <mxCell id="uvC4rZMTxU2wUTEsViZM-4" parent="KuO97z0jG0dXGiFWksjj-14" style="shape=tableRow;horizontal=0;startSize=0;swimlaneHead=0;swimlaneBody=0;fillColor=none;collapsible=0;dropTarget=0;points=[[0,0.5],[1,0.5]];portConstraint=eastwest;top=0;left=0;right=0;bottom=0;" value="" vertex="1">
          <mxGeometry height="30" width="180" y="120" as="geometry" />
        </mxCell>
        <mxCell id="uvC4rZMTxU2wUTEsViZM-5" parent="uvC4rZMTxU2wUTEsViZM-4" style="shape=partialRectangle;connectable=0;fillColor=none;top=0;left=0;bottom=0;right=0;editable=1;overflow=hidden;" value="" vertex="1">
          <mxGeometry height="30" width="60" as="geometry">
            <mxRectangle height="30" width="60" as="alternateBounds" />
          </mxGeometry>
        </mxCell>
        <mxCell id="uvC4rZMTxU2wUTEsViZM-6" parent="uvC4rZMTxU2wUTEsViZM-4" style="shape=partialRectangle;connectable=0;fillColor=none;top=0;left=0;bottom=0;right=0;align=left;spacingLeft=6;overflow=hidden;" value="Estado" vertex="1">
          <mxGeometry height="30" width="120" x="60" as="geometry">
            <mxRectangle height="30" width="120" as="alternateBounds" />
          </mxGeometry>
        </mxCell>
        <mxCell id="uvC4rZMTxU2wUTEsViZM-10" parent="KuO97z0jG0dXGiFWksjj-14" style="shape=tableRow;horizontal=0;startSize=0;swimlaneHead=0;swimlaneBody=0;fillColor=none;collapsible=0;dropTarget=0;points=[[0,0.5],[1,0.5]];portConstraint=eastwest;top=0;left=0;right=0;bottom=0;" value="" vertex="1">
          <mxGeometry height="30" width="180" y="150" as="geometry" />
        </mxCell>
        <mxCell id="uvC4rZMTxU2wUTEsViZM-11" parent="uvC4rZMTxU2wUTEsViZM-10" style="shape=partialRectangle;connectable=0;fillColor=none;top=0;left=0;bottom=0;right=0;editable=1;overflow=hidden;" value="" vertex="1">
          <mxGeometry height="30" width="60" as="geometry">
            <mxRectangle height="30" width="60" as="alternateBounds" />
          </mxGeometry>
        </mxCell>
        <mxCell id="uvC4rZMTxU2wUTEsViZM-12" parent="uvC4rZMTxU2wUTEsViZM-10" style="shape=partialRectangle;connectable=0;fillColor=none;top=0;left=0;bottom=0;right=0;align=left;spacingLeft=6;overflow=hidden;" value="Nota" vertex="1">
          <mxGeometry height="30" width="120" x="60" as="geometry">
            <mxRectangle height="30" width="120" as="alternateBounds" />
          </mxGeometry>
        </mxCell>
        <mxCell id="RhbWFgcZv1_LGOOy-G9b-1" parent="1" style="shape=table;startSize=30;container=1;collapsible=1;childLayout=tableLayout;fixedRows=1;rowLines=0;fontStyle=1;align=center;resizeLast=1;html=1;" value="Departamento" vertex="1">
          <mxGeometry height="120" width="180" x="1100" y="445" as="geometry" />
        </mxCell>
        <mxCell id="RhbWFgcZv1_LGOOy-G9b-2" parent="RhbWFgcZv1_LGOOy-G9b-1" style="shape=tableRow;horizontal=0;startSize=0;swimlaneHead=0;swimlaneBody=0;fillColor=none;collapsible=0;dropTarget=0;points=[[0,0.5],[1,0.5]];portConstraint=eastwest;top=0;left=0;right=0;bottom=1;" value="" vertex="1">
          <mxGeometry height="30" width="180" y="30" as="geometry" />
        </mxCell>
        <mxCell id="RhbWFgcZv1_LGOOy-G9b-3" parent="RhbWFgcZv1_LGOOy-G9b-2" style="shape=partialRectangle;connectable=0;fillColor=none;top=0;left=0;bottom=0;right=0;fontStyle=1;overflow=hidden;whiteSpace=wrap;html=1;" value="PK" vertex="1">
          <mxGeometry height="30" width="30" as="geometry">
            <mxRectangle height="30" width="30" as="alternateBounds" />
          </mxGeometry>
        </mxCell>
        <mxCell id="RhbWFgcZv1_LGOOy-G9b-4" parent="RhbWFgcZv1_LGOOy-G9b-2" style="shape=partialRectangle;connectable=0;fillColor=none;top=0;left=0;bottom=0;right=0;align=left;spacingLeft=6;fontStyle=5;overflow=hidden;whiteSpace=wrap;html=1;" value="idDepartamento" vertex="1">
          <mxGeometry height="30" width="150" x="30" as="geometry">
            <mxRectangle height="30" width="150" as="alternateBounds" />
          </mxGeometry>
        </mxCell>
        <mxCell id="RhbWFgcZv1_LGOOy-G9b-5" parent="RhbWFgcZv1_LGOOy-G9b-1" style="shape=tableRow;horizontal=0;startSize=0;swimlaneHead=0;swimlaneBody=0;fillColor=none;collapsible=0;dropTarget=0;points=[[0,0.5],[1,0.5]];portConstraint=eastwest;top=0;left=0;right=0;bottom=0;" value="" vertex="1">
          <mxGeometry height="30" width="180" y="60" as="geometry" />
        </mxCell>
        <mxCell id="RhbWFgcZv1_LGOOy-G9b-6" parent="RhbWFgcZv1_LGOOy-G9b-5" style="shape=partialRectangle;connectable=0;fillColor=none;top=0;left=0;bottom=0;right=0;editable=1;overflow=hidden;whiteSpace=wrap;html=1;" value="" vertex="1">
          <mxGeometry height="30" width="30" as="geometry">
            <mxRectangle height="30" width="30" as="alternateBounds" />
          </mxGeometry>
        </mxCell>
        <mxCell id="RhbWFgcZv1_LGOOy-G9b-7" parent="RhbWFgcZv1_LGOOy-G9b-5" style="shape=partialRectangle;connectable=0;fillColor=none;top=0;left=0;bottom=0;right=0;align=left;spacingLeft=6;overflow=hidden;whiteSpace=wrap;html=1;" value="Nombre" vertex="1">
          <mxGeometry height="30" width="150" x="30" as="geometry">
            <mxRectangle height="30" width="150" as="alternateBounds" />
          </mxGeometry>
        </mxCell>
        <mxCell id="RhbWFgcZv1_LGOOy-G9b-11" parent="RhbWFgcZv1_LGOOy-G9b-1" style="shape=tableRow;horizontal=0;startSize=0;swimlaneHead=0;swimlaneBody=0;fillColor=none;collapsible=0;dropTarget=0;points=[[0,0.5],[1,0.5]];portConstraint=eastwest;top=0;left=0;right=0;bottom=0;" value="" vertex="1">
          <mxGeometry height="30" width="180" y="90" as="geometry" />
        </mxCell>
        <mxCell id="RhbWFgcZv1_LGOOy-G9b-12" parent="RhbWFgcZv1_LGOOy-G9b-11" style="shape=partialRectangle;connectable=0;fillColor=none;top=0;left=0;bottom=0;right=0;editable=1;overflow=hidden;whiteSpace=wrap;html=1;" value="fk" vertex="1">
          <mxGeometry height="30" width="30" as="geometry">
            <mxRectangle height="30" width="30" as="alternateBounds" />
          </mxGeometry>
        </mxCell>
        <mxCell id="RhbWFgcZv1_LGOOy-G9b-13" parent="RhbWFgcZv1_LGOOy-G9b-11" style="shape=partialRectangle;connectable=0;fillColor=none;top=0;left=0;bottom=0;right=0;align=left;spacingLeft=6;overflow=hidden;whiteSpace=wrap;html=1;" value="dni" vertex="1">
          <mxGeometry height="30" width="150" x="30" as="geometry">
            <mxRectangle height="30" width="150" as="alternateBounds" />
          </mxGeometry>
        </mxCell>
        <mxCell id="RhbWFgcZv1_LGOOy-G9b-14" edge="1" parent="1" source="7ocu6WVE3d1pCKjjpxMC-40" style="edgeStyle=orthogonalEdgeStyle;rounded=0;orthogonalLoop=1;jettySize=auto;html=1;exitX=1;exitY=0.5;exitDx=0;exitDy=0;entryX=0;entryY=0.5;entryDx=0;entryDy=0;endArrow=none;endFill=0;startArrow=ERmany;startFill=0;" target="RhbWFgcZv1_LGOOy-G9b-11">
          <mxGeometry relative="1" as="geometry">
            <mxPoint x="1070" y="580" as="targetPoint" />
          </mxGeometry>
        </mxCell>
        <mxCell id="uvC4rZMTxU2wUTEsViZM-13" edge="1" parent="1" source="7ocu6WVE3d1pCKjjpxMC-24" style="edgeStyle=orthogonalEdgeStyle;rounded=0;orthogonalLoop=1;jettySize=auto;html=1;exitX=0;exitY=0.5;exitDx=0;exitDy=0;entryX=0;entryY=0.5;entryDx=0;entryDy=0;endArrow=ERmany;endFill=0;" target="KuO97z0jG0dXGiFWksjj-18">
          <mxGeometry relative="1" as="geometry" />
        </mxCell>
        <mxCell id="uvC4rZMTxU2wUTEsViZM-14" edge="1" parent="1" source="7ocu6WVE3d1pCKjjpxMC-2" style="edgeStyle=orthogonalEdgeStyle;rounded=0;orthogonalLoop=1;jettySize=auto;html=1;exitX=0;exitY=0.5;exitDx=0;exitDy=0;entryX=1;entryY=0.5;entryDx=0;entryDy=0;endArrow=ERmany;endFill=0;" target="KuO97z0jG0dXGiFWksjj-15">
          <mxGeometry relative="1" as="geometry" />
        </mxCell>
      </root>
    </mxGraphModel>
  </diagram>
</mxfile>
